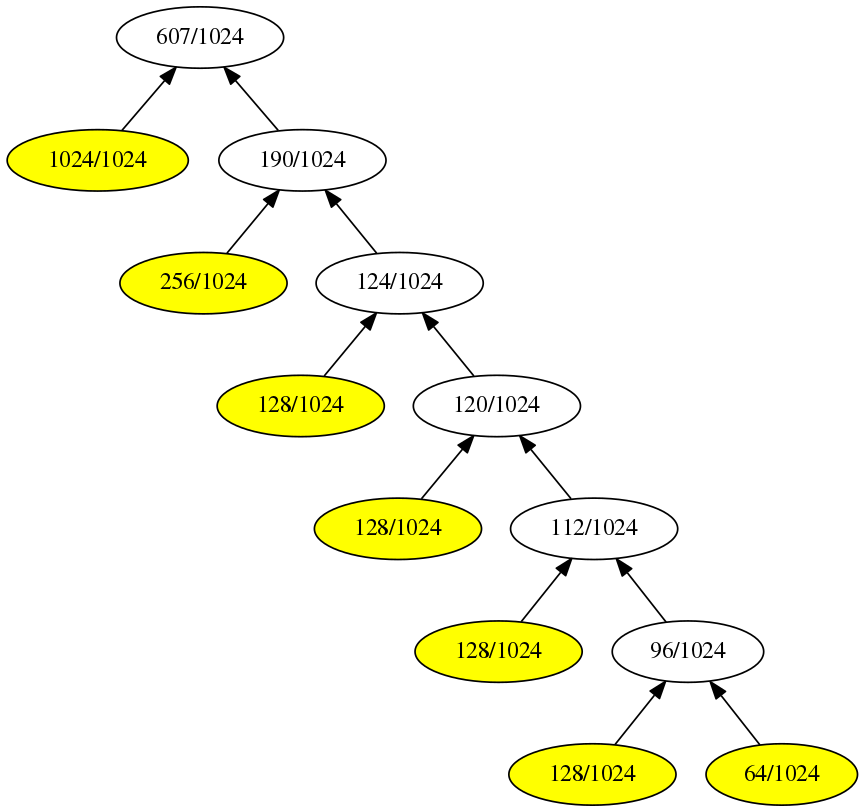
iitramar/guiTool keeps this Graphviz diagram as GuiTool/image/Remia/RemiaDot.png. Above is the earlier version. Its source is kept beside it as GuiTool/image/Remia/RemiaDot.dot.
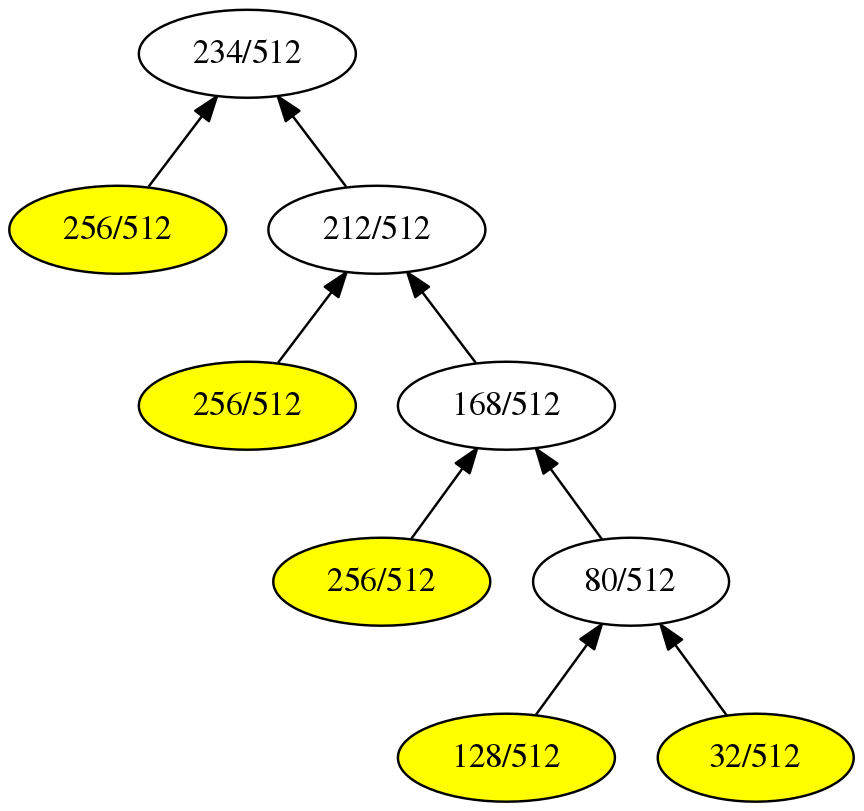
Later version of the same file.

Change to the diagram source:
```diff
@@ -1,35 +1,25 @@
 digraph G {
 rankdir = BT;
-1[label= " 607/1024 " ];
-2[label= " 1024/1024 " ];
+1[label= " 234/512 " ];
+2[label= " 256/512 " ];
 2->1
-3[label= " 190/1024 " ];
+3[label= " 212/512 " ];
 3->1
 2[style=filled, fillcolor=yellow];
-6[label= " 256/1024 " ];
+6[label= " 256/512 " ];
 6->3
-7[label= " 124/1024 " ];
+7[label= " 168/512 " ];
 7->3
 6[style=filled, fillcolor=yellow];
-14[label= " 128/1024 " ];
+14[label= " 256/512 " ];
 14->7
-15[label= " 120/1024 " ];
+15[label= " 80/512 " ];
 15->7
 14[style=filled, fillcolor=yellow];
-30[label= " 128/1024 " ];
+30[label= " 128/512 " ];
 30->15
-31[label= " 112/1024 " ];
+31[label= " 32/512 " ];
 31->15
 30[style=filled, fillcolor=yellow];
-62[label= " 128/1024 " ];
-62->31
-63[label= " 96/1024 " ];
-63->31
-62[style=filled, fillcolor=yellow];
-126[label= " 128/1024 " ];
-126->63
-127[label= " 64/1024 " ];
-127->63
-126[style=filled, fillcolor=yellow];
-127[style=filled, fillcolor=yellow];
+31[style=filled, fillcolor=yellow];
 }
```
